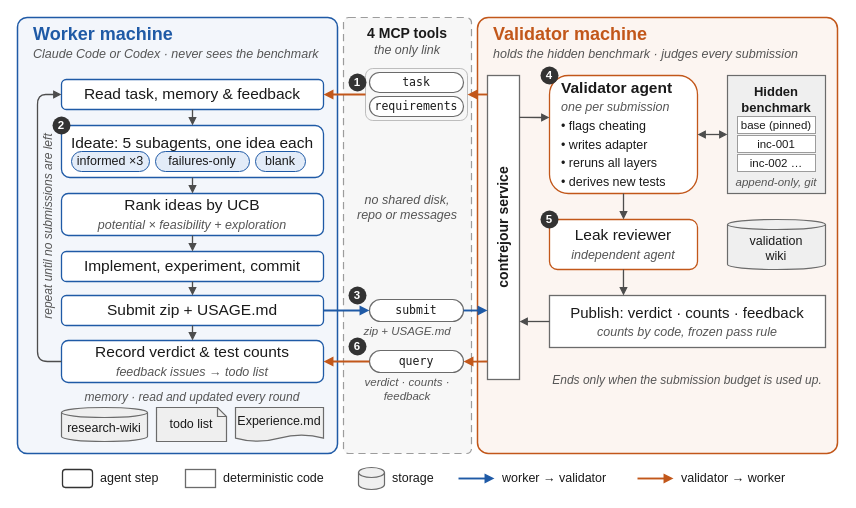
justforyou16007/auto-dl-loop keeps this draw.io diagram as docs/wechat/figures/system_overview.drawio. Above is the earlier version. Source tidied: cells renumbered, new cells numbered last; positions are measured from the earlier drawing's top-left corner, leaving out a move shared by most shapes. Both pictures are drawn from the tidied source at 100%, with x=0, y=0 at pixel (17, 17).
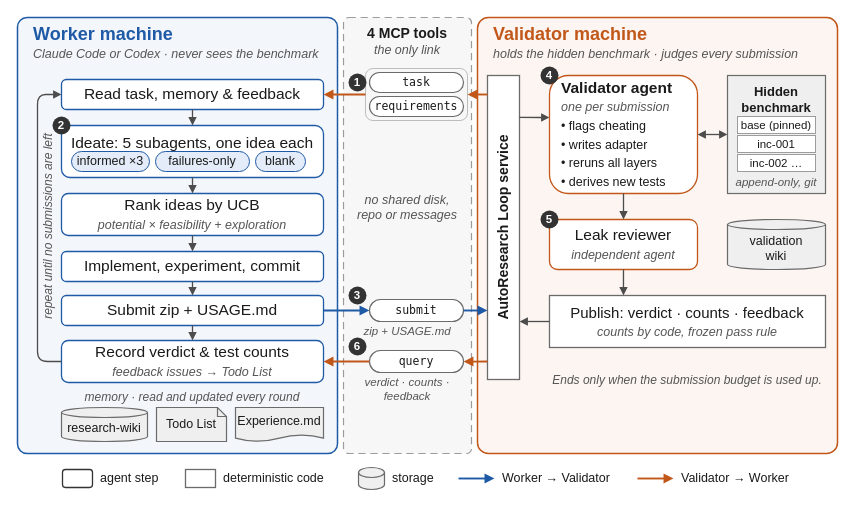
The same page after the edit.

Commit message (it also covers changes not shown here):
docs(wechat): revise AutoResearch Loop article and overview figure

Diff of the diagram source:
```diff
@@
-    <mxCell id="15" value="Record verdict &amp;amp; test counts&lt;br&gt;&lt;font style=&quot;font-size:12.5px;color:#555555&quot;&gt;&lt;i&gt;feedback issues → todo list&lt;/i&gt;&lt;/font&gt;" style="rounded=1;arcSize=16;whiteSpace=wrap;html=1;fillColor=#FFFFFF;strokeColor=#1F5AA6;strokeWidth=1.3;fontSize=15.5;fontColor=#1A1A1A;verticalAlign=middle;fontFamily=STIX Two Text;" parent="1" vertex="1">
+    <mxCell id="15" value="Record verdict &amp;amp; test counts&lt;br&gt;&lt;font style=&quot;font-size:12.5px;color:#555555&quot;&gt;&lt;i&gt;feedback issues → Todo List&lt;/i&gt;&lt;/font&gt;" style="rounded=1;arcSize=16;whiteSpace=wrap;html=1;fillColor=#FFFFFF;strokeColor=#1F5AA6;strokeWidth=1.3;fontSize=15.5;fontColor=#1A1A1A;verticalAlign=middle;fontFamily=STIX Two Text;" parent="1" vertex="1">
       <mxGeometry x="44" y="323" width="262" height="42" as="geometry" />
     </mxCell>
@@
-    <mxCell id="25" value="todo list" style="shape=note;size=9;whiteSpace=wrap;html=1;fillColor=#EFEFEF;strokeColor=#6B6B6B;strokeWidth=1.2;fontSize=12.5;fontColor=#1A1A1A;fontFamily=STIX Two Text;" parent="1" vertex="1">
+    <mxCell id="25" value="Todo List" style="shape=note;size=9;whiteSpace=wrap;html=1;fillColor=#EFEFEF;strokeColor=#6B6B6B;strokeWidth=1.2;fontSize=12.5;fontColor=#1A1A1A;fontFamily=STIX Two Text;" parent="1" vertex="1">
       <mxGeometry x="139" y="390" width="70" height="34" as="geometry" />
     </mxCell>
@@
-    <mxCell id="39" value="contrejour service" style="rounded=0;whiteSpace=wrap;html=1;fillColor=#FFFFFF;strokeColor=#6B6B6B;strokeWidth=1.3;fontSize=14;fontColor=#1A1A1A;fontFamily=STIX Two Text;horizontal=0;fontStyle=1;" parent="1" vertex="1">
+    <mxCell id="39" value="AutoResearch Loop service" style="rounded=0;whiteSpace=wrap;html=1;fillColor=#FFFFFF;strokeColor=#6B6B6B;strokeWidth=1.3;fontSize=14;fontColor=#1A1A1A;fontFamily=STIX Two Text;horizontal=0;fontStyle=1;" parent="1" vertex="1">
       <mxGeometry x="470" y="58" width="32" height="304" as="geometry" />
     </mxCell>
@@
-    <mxCell id="74" value="worker → validator" style="text;html=1;whiteSpace=wrap;strokeColor=none;fillColor=none;align=left;verticalAlign=middle;fontSize=12.5;fontColor=#1A1A1A;fontStyle=0;fontFamily=STIX Two Text;" parent="1" vertex="1">
+    <mxCell id="74" value="Worker → Validator" style="text;html=1;whiteSpace=wrap;strokeColor=none;fillColor=none;align=left;verticalAlign=middle;fontSize=12.5;fontColor=#1A1A1A;fontStyle=0;fontFamily=STIX Two Text;" parent="1" vertex="1">
       <mxGeometry x="483" y="451" width="120" height="20" as="geometry" />
     </mxCell>
@@
-    <mxCell id="76" value="validator → worker" style="text;html=1;whiteSpace=wrap;strokeColor=none;fillColor=none;align=left;verticalAlign=middle;fontSize=12.5;fontColor=#1A1A1A;fontStyle=0;fontFamily=STIX Two Text;" parent="1" vertex="1">
+    <mxCell id="76" value="Validator → Worker" style="text;html=1;whiteSpace=wrap;strokeColor=none;fillColor=none;align=left;verticalAlign=middle;fontSize=12.5;fontColor=#1A1A1A;fontStyle=0;fontFamily=STIX Two Text;" parent="1" vertex="1">
       <mxGeometry x="662" y="451" width="120" height="20" as="geometry" />
     </mxCell>
```
